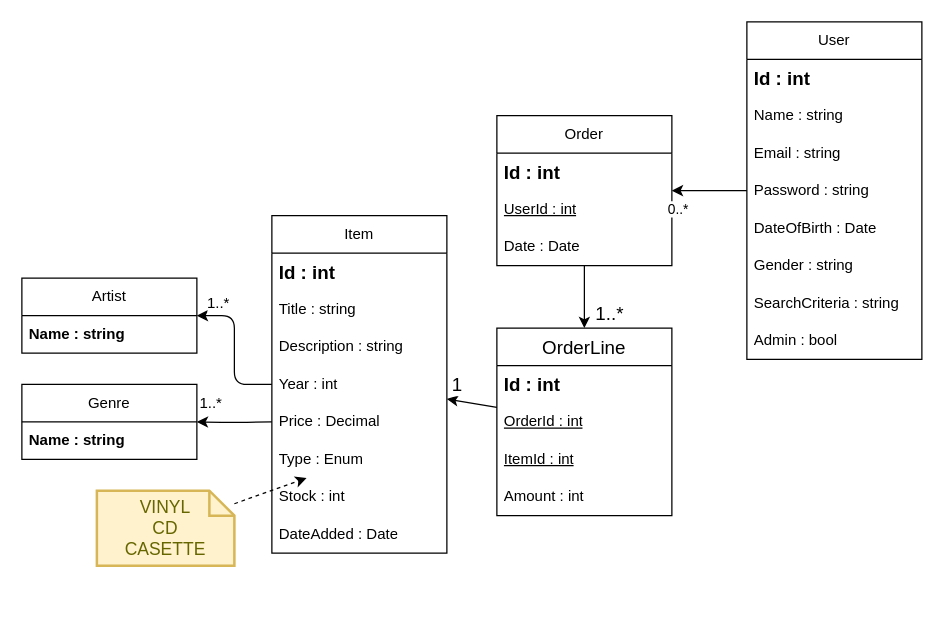
Above: diagrams/ERD.drawio in JochemGrootherder/educom-webshop-runtime-records (draw.io), before the change. Source tidied: cells renumbered, new cells numbered last; positions are measured from the earlier drawing's top-left corner, leaving out a move shared by most shapes. Both pictures are drawn from the tidied source at 125%, with x=0, y=0 at pixel (21, 21).
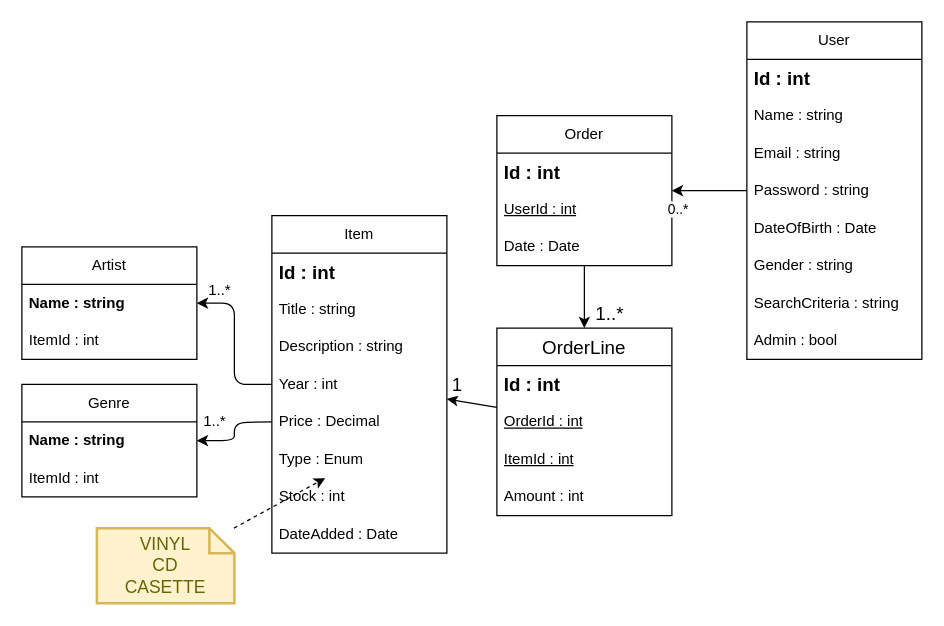
The same diagram, later.

The edit, as a diff of the source:
```diff
@@
     <mxCell id="34" value="VINYL&lt;br&gt;CD&lt;br&gt;CASETTE" style="shape=note;strokeWidth=2;fontSize=14;size=20;whiteSpace=wrap;html=1;fillColor=#fff2cc;strokeColor=#d6b656;fontColor=#666600;" parent="1" vertex="1">
-      <mxGeometry x="60" y="375" width="110" height="60" as="geometry" />
+      <mxGeometry x="60" y="405" width="110" height="60" as="geometry" />
     </mxCell>
     <mxCell id="35" value="Artist" style="swimlane;fontStyle=0;horizontal=1;startSize=30;whiteSpace=wrap;html=1;fontSize=12;" parent="1" vertex="1">
-      <mxGeometry y="205" width="140" height="60" as="geometry" />
+      <mxGeometry y="180" width="140" height="90" as="geometry" />
     </mxCell>
@@
+    <mxCell id="40" value="ItemId : int" style="text;strokeColor=none;fillColor=none;align=left;verticalAlign=middle;spacingLeft=4;spacingRight=4;overflow=hidden;whiteSpace=wrap;html=1;" parent="35" vertex="1">
+      <mxGeometry y="60" width="140" height="30" as="geometry" />
+    </mxCell>
     <mxCell id="37" value="Genre" style="swimlane;fontStyle=0;horizontal=1;startSize=30;whiteSpace=wrap;html=1;fontSize=12;" parent="1" vertex="1">
-      <mxGeometry y="290" width="140" height="60" as="geometry" />
+      <mxGeometry y="290" width="140" height="90" as="geometry" />
     </mxCell>
@@
+    <mxCell id="41" value="ItemId : int" style="text;strokeColor=none;fillColor=none;align=left;verticalAlign=middle;spacingLeft=4;spacingRight=4;overflow=hidden;whiteSpace=wrap;html=1;" parent="37" vertex="1">
+      <mxGeometry y="60" width="140" height="30" as="geometry" />
+    </mxCell>
```
